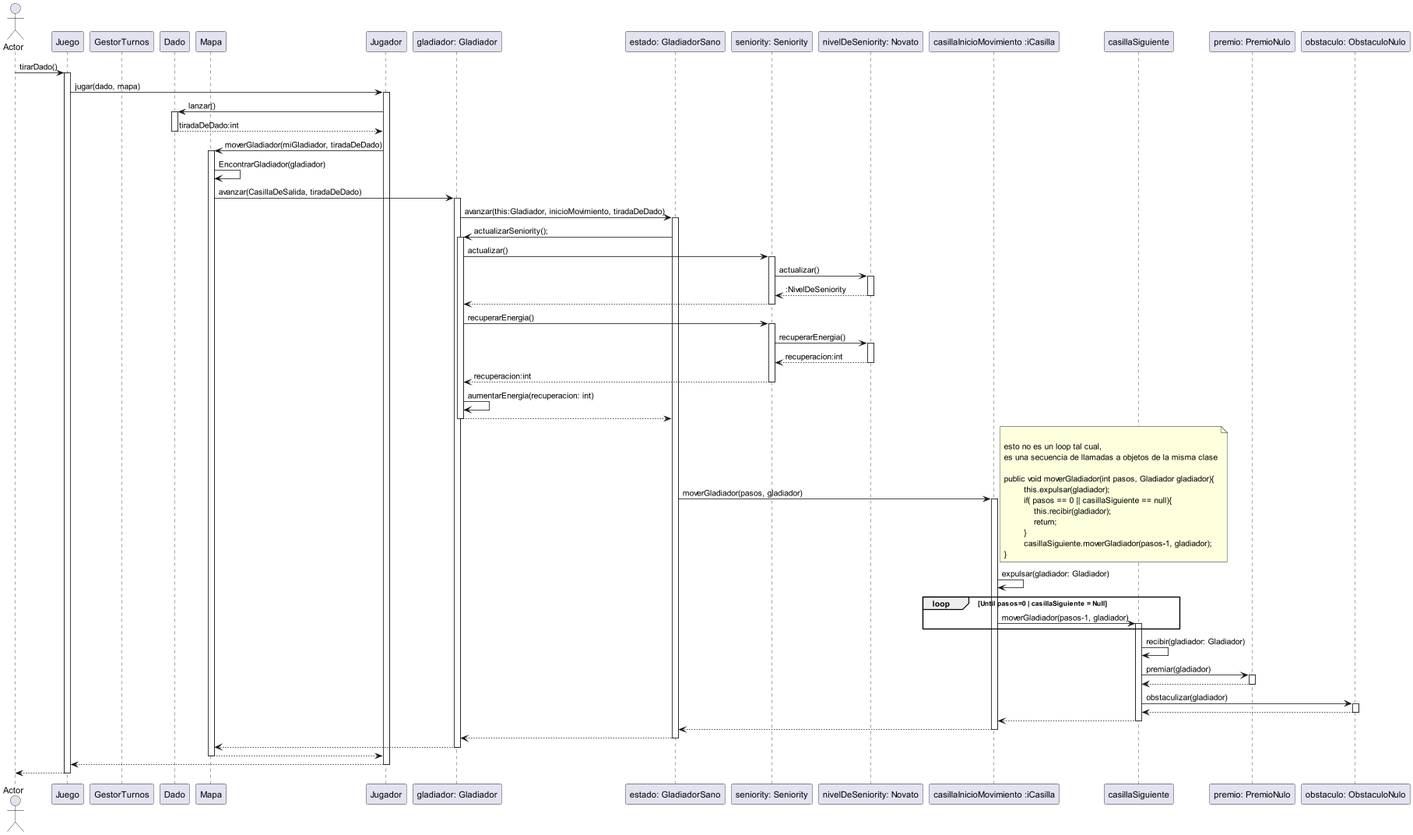
The PlantUML diagram diagrams/sequences/InicioPartidaYJuegaUnTurno.png in mcumskov/Algo3_tp2, before a commit. The source it was exported from:
```plantuml
@startuml
actor Actor
participant Juego
participant GestorTurnos
participant Dado
participant Mapa
participant Jugador

Actor -> Juego: tirarDado()
activate Juego
    Juego -> Jugador: jugar(dado, mapa)
    activate Jugador
    Jugador -> Dado: lanzar()
    activate Dado
    Dado --> Jugador: tiradaDeDado:int

    deactivate Dado

    Jugador -> Mapa: moverGladiador(miGladiador, tiradaDeDado)
    activate Mapa
    Mapa -> Mapa: EncontrarGladiador(gladiador)
    Mapa -> "gladiador: Gladiador":avanzar(CasillaDeSalida, tiradaDeDado)
    activate "gladiador: Gladiador"
    "gladiador: Gladiador" -> "estado: GladiadorSano": avanzar(this:Gladiador, inicioMovimiento, tiradaDeDado)
    activate "estado: GladiadorSano"
    "estado: GladiadorSano" -> "gladiador: Gladiador": actualizarSeniority();
    activate "gladiador: Gladiador"
    "gladiador: Gladiador" -> "seniority: Seniority":actualizar()
    activate "seniority: Seniority"
    "seniority: Seniority" -> "nivelDeSeniority: Novato":actualizar()
    activate "nivelDeSeniority: Novato"
    "nivelDeSeniority: Novato" --> "seniority: Seniority": :NivelDeSeniority
    deactivate "nivelDeSeniority: Novato"
    "seniority: Seniority" --> "gladiador: Gladiador"
    deactivate "seniority: Seniority"
    "gladiador: Gladiador" -> "seniority: Seniority":recuperarEnergia()
   activate "seniority: Seniority"
    "seniority: Seniority" -> "nivelDeSeniority: Novato":recuperarEnergia()
     activate "nivelDeSeniority: Novato"
    "nivelDeSeniority: Novato" --> "seniority: Seniority": recuperacion:int
    deactivate "nivelDeSeniority: Novato"
    "seniority: Seniority" --> "gladiador: Gladiador": recuperacion:int
    deactivate "seniority: Seniority"
    "gladiador: Gladiador" -> "gladiador: Gladiador": aumentarEnergia(recuperacion: int)

    "gladiador: Gladiador" --> "estado: GladiadorSano"
    deactivate "gladiador: Gladiador"

    "estado: GladiadorSano" -> "casillaInicioMovimiento :iCasilla": moverGladiador(pasos, gladiador)

    activate "casillaInicioMovimiento :iCasilla"

    note right

    esto no es un loop tal cual,
    es una secuencia de llamadas a objetos de la misma clase

    public void moverGladiador(int pasos, Gladiador gladiador){
            this.expulsar(gladiador);
            if( pasos == 0 || casillaSiguiente == null){
                this.recibir(gladiador);
                return;
            }
            casillaSiguiente.moverGladiador(pasos-1, gladiador);
    }
    end note
    "casillaInicioMovimiento :iCasilla" -> "casillaInicioMovimiento :iCasilla": expulsar(gladiador: Gladiador)
    loop Until pasos=0 | casillaSiguiente = Null
     "casillaInicioMovimiento :iCasilla" -> casillaSiguiente :moverGladiador(pasos-1, gladiador)
    activate casillaSiguiente
    end
    casillaSiguiente -> casillaSiguiente: recibir(gladiador: Gladiador)
    casillaSiguiente -> "premio: PremioNulo" : premiar(gladiador)
    activate "premio: PremioNulo"
    "premio: PremioNulo" --> casillaSiguiente
    deactivate "premio: PremioNulo"
    casillaSiguiente -> "obstaculo: ObstaculoNulo" : obstaculizar(gladiador)
    activate "obstaculo: ObstaculoNulo"
    "obstaculo: ObstaculoNulo" --> casillaSiguiente
    deactivate "obstaculo: ObstaculoNulo"
    casillaSiguiente --> "casillaInicioMovimiento :iCasilla":
    deactivate casillaSiguiente

    "casillaInicioMovimiento :iCasilla" --> "estado: GladiadorSano"
    deactivate "casillaInicioMovimiento :iCasilla"
    "estado: GladiadorSano" --> "gladiador: Gladiador"
    deactivate "estado: GladiadorSano"
    "gladiador: Gladiador" --> Mapa
    deactivate "gladiador: Gladiador"

    Mapa --> Jugador
    deactivate Mapa

    Jugador--> Juego
    deactivate Jugador
    Juego --> Actor
    deactivate Juego

@enduml
```
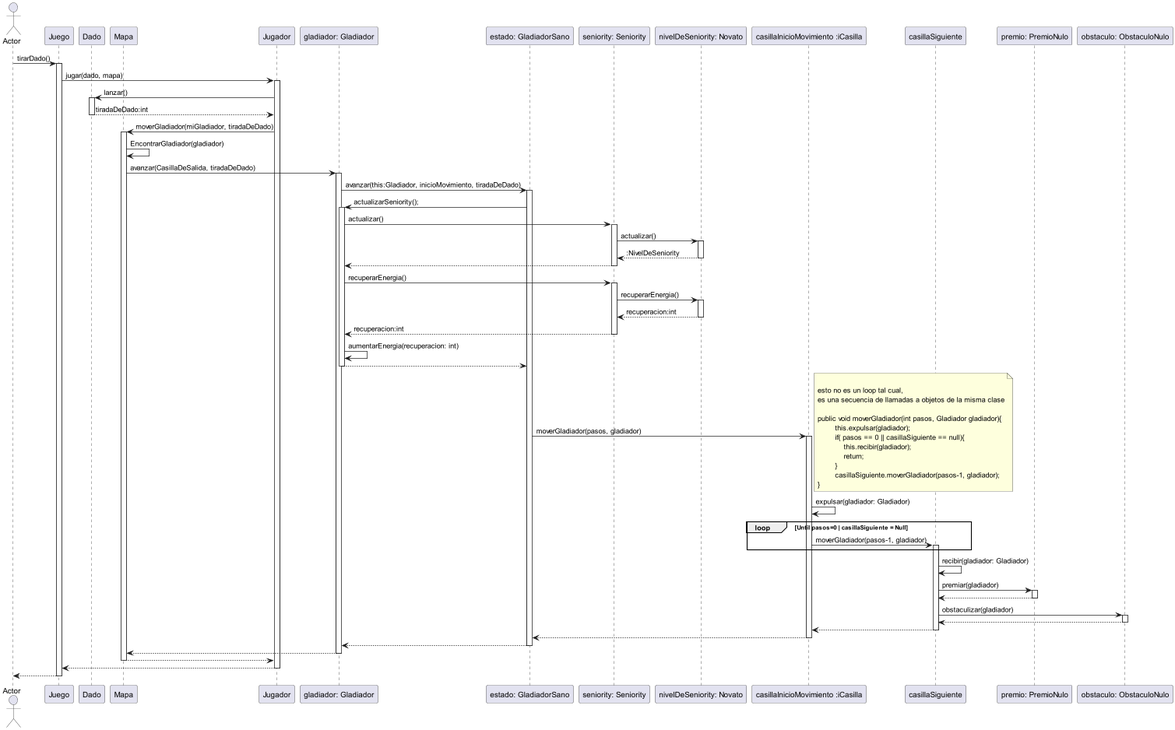
Above is the later version.

Diff of the diagram source:
```diff
@@ -1,7 +1,6 @@
 @startuml
 actor Actor
 participant Juego
-participant GestorTurnos
 participant Dado
 participant Mapa
 participant Jugador
```
